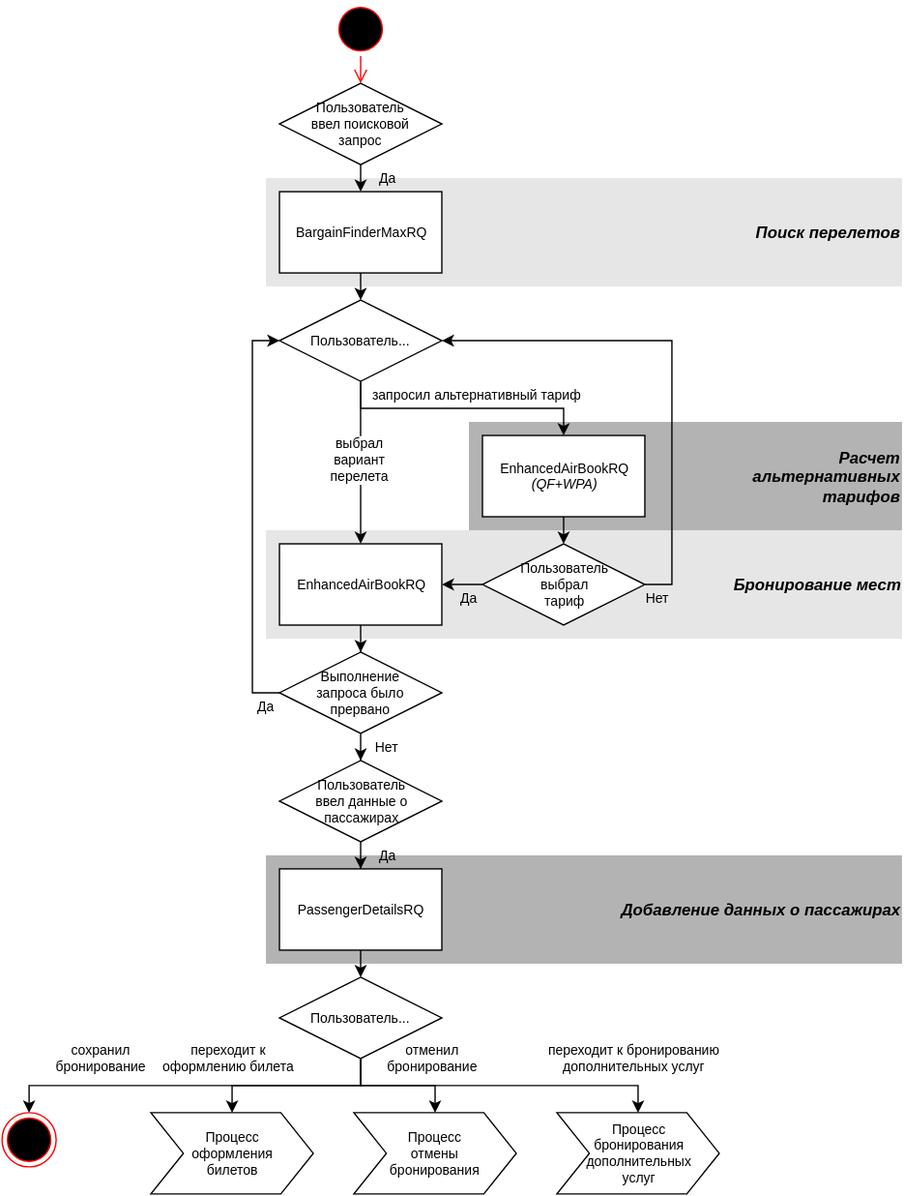
Before: assets/svg/Search&Create Booking/[RU]Search&Create Booking[NoWPNC]-2.svg, a diagram exported from draw.io (andreypolyak/sabre-apis-ru). Source tidied: cells renumbered, new cells last; positions are measured from the earlier drawing's top-left corner, leaving out a move shared by most shapes.
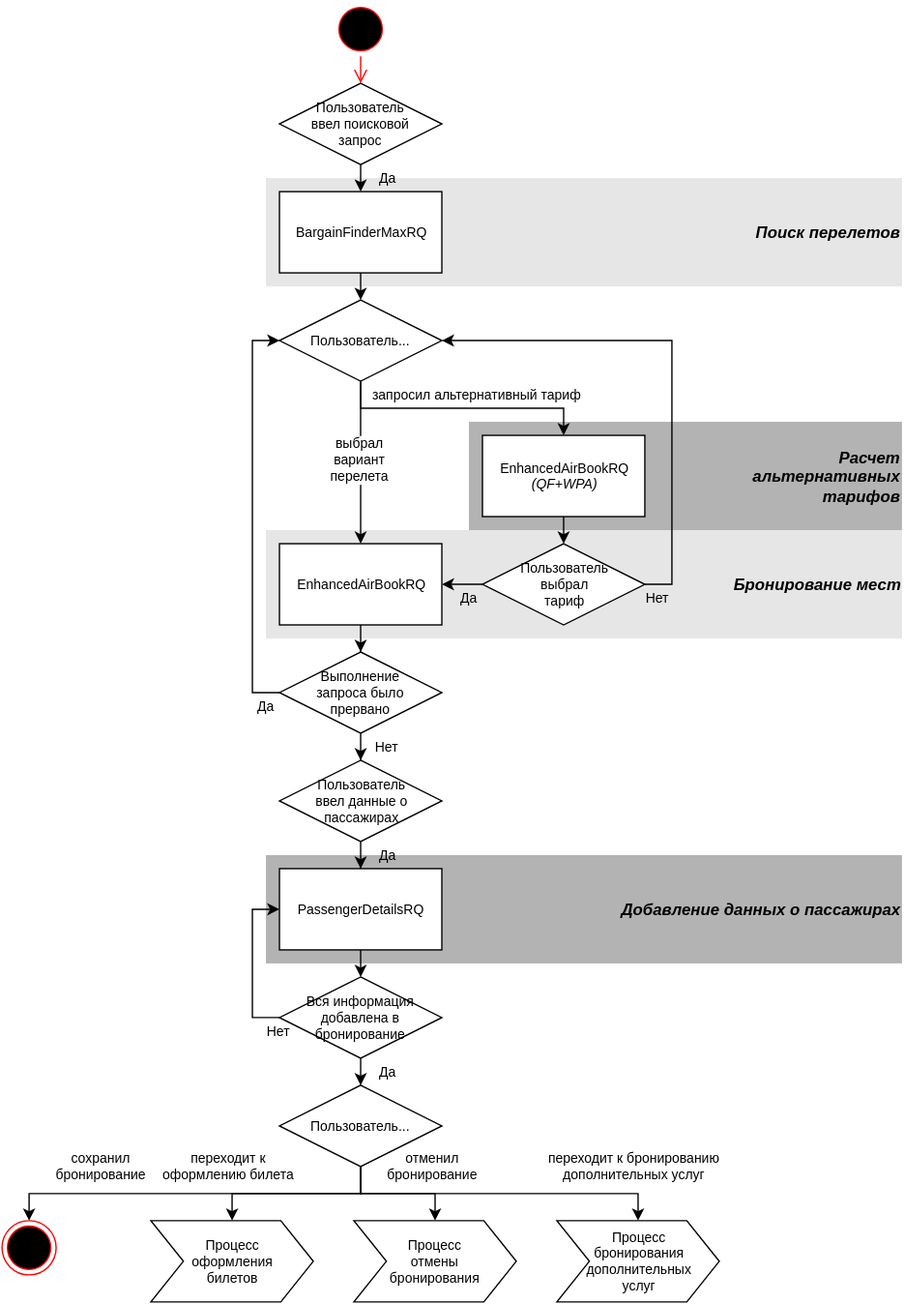
Above is the later version.

Diff of the diagram source:
```diff
@@ -98,65 +98,84 @@
     <mxCell id="27" style="edgeStyle=orthogonalEdgeStyle;html=1;verticalAlign=bottom;endArrow=open;endSize=8;strokeColor=#ff0000;fontSize=10;" parent="1" edge="1" source="26" target="23">
       <mxGeometry relative="1" as="geometry" />
     </mxCell>
-    <mxCell id="28" style="edgeStyle=orthogonalEdgeStyle;rounded=0;html=1;entryX=0.5;entryY=0;jettySize=auto;orthogonalLoop=1;exitX=0.5;exitY=1;fontSize=10;" parent="1" edge="1">
-      <mxGeometry x="360" y="720" as="geometry">
-        <mxPoint x="265" y="700" as="sourcePoint" />
-        <mxPoint x="265" y="720" as="targetPoint" />
-      </mxGeometry>
-    </mxCell>
     <mxCell id="29" value="отменил&lt;div&gt;бронирование&lt;/div&gt;" style="edgeStyle=orthogonalEdgeStyle;rounded=0;html=1;jettySize=auto;fontSize=10;entryX=0.5;entryY=0;exitX=0.5;exitY=1;" parent="1" edge="1" source="32">
-      <mxGeometry as="geometry">
-        <mxPoint x="320" y="820" as="targetPoint" />
+      <mxGeometry y="80" as="geometry">
+        <mxPoint x="320" y="900" as="targetPoint" />
         <Array as="points">
-          <mxPoint x="265" y="800" />
-          <mxPoint x="320" y="800" />
+          <mxPoint x="265" y="880" />
+          <mxPoint x="320" y="880" />
         </Array>
         <mxPoint x="28" y="-20" as="offset" />
       </mxGeometry>
     </mxCell>
     <mxCell id="30" value="сохранил&lt;div&gt;бронирование&lt;/div&gt;" style="edgeStyle=orthogonalEdgeStyle;rounded=0;html=1;exitX=0.5;exitY=1;jettySize=auto;fontSize=10;entryX=0.5;entryY=0;entryPerimeter=0;" parent="1" edge="1" source="32">
-      <mxGeometry as="geometry">
-        <mxPoint x="20" y="820" as="targetPoint" />
+      <mxGeometry y="80" as="geometry">
+        <mxPoint x="20" y="900" as="targetPoint" />
         <Array as="points">
-          <mxPoint x="265" y="800" />
-          <mxPoint x="20" y="800" />
+          <mxPoint x="265" y="880" />
+          <mxPoint x="20" y="880" />
         </Array>
         <mxPoint x="-67" y="-20" as="offset" />
       </mxGeometry>
     </mxCell>
     <mxCell id="31" value="переходит к бронированию&lt;div&gt;дополнительных услуг&lt;/div&gt;" style="edgeStyle=orthogonalEdgeStyle;rounded=0;html=1;exitX=0.5;exitY=1;jettySize=auto;fontSize=10;" parent="1" edge="1" source="32" target="37">
-      <mxGeometry as="geometry">
+      <mxGeometry y="80" as="geometry">
         <Array as="points">
-          <mxPoint x="265" y="800" />
-          <mxPoint x="470" y="800" />
+          <mxPoint x="265" y="880" />
+          <mxPoint x="470" y="880" />
         </Array>
         <mxPoint x="103" y="-20" as="offset" />
       </mxGeometry>
     </mxCell>
     <mxCell id="32" value="Пользователь..." style="rhombus;whiteSpace=wrap;html=1;rounded=0;fontSize=10;" parent="1" vertex="1">
-      <mxGeometry x="205" y="720" width="120" height="60" as="geometry" />
+      <mxGeometry x="205" y="800" width="120" height="60" as="geometry" />
     </mxCell>
     <mxCell id="33" value="&lt;div style=&quot;text-align: center&quot;&gt;Процесс&lt;/div&gt;&lt;div style=&quot;text-align: center&quot;&gt;оформления&lt;/div&gt;&lt;div style=&quot;text-align: center&quot;&gt;билетов&lt;/div&gt;" style="shape=step;whiteSpace=wrap;html=1;rounded=0;fontSize=10;align=center;" parent="1" vertex="1">
-      <mxGeometry x="110" y="820" width="120" height="60" as="geometry" />
+      <mxGeometry x="110" y="900" width="120" height="60" as="geometry" />
     </mxCell>
     <mxCell id="34" value="&lt;div style=&quot;text-align: center&quot;&gt;Процесс&lt;/div&gt;&lt;div style=&quot;text-align: center&quot;&gt;отмены&lt;/div&gt;&lt;div style=&quot;text-align: center&quot;&gt;бронирования&lt;/div&gt;" style="shape=step;whiteSpace=wrap;html=1;rounded=0;fontSize=10;align=center;" parent="1" vertex="1">
-      <mxGeometry x="260" y="820" width="120" height="60" as="geometry" />
+      <mxGeometry x="260" y="900" width="120" height="60" as="geometry" />
     </mxCell>
     <mxCell id="35" style="ellipse;html=1;shape=endState;fillColor=#000000;strokeColor=#ff0000;rounded=0;fontSize=10;align=center;" parent="1" vertex="1">
-      <mxGeometry y="820" width="40" height="40" as="geometry" />
+      <mxGeometry y="900" width="40" height="40" as="geometry" />
     </mxCell>
     <mxCell id="36" value="переходит к&lt;div&gt;&lt;span style=&quot;line-height: 1.2&quot;&gt;оформлению билета&lt;/span&gt;&lt;/div&gt;" style="edgeStyle=orthogonalEdgeStyle;rounded=0;html=1;exitX=0.5;exitY=1;entryX=0.5;entryY=0;jettySize=auto;fontSize=10;" parent="1" edge="1" source="32">
-      <mxGeometry as="geometry">
-        <mxPoint x="170" y="820" as="targetPoint" />
+      <mxGeometry y="80" as="geometry">
+        <mxPoint x="170" y="900" as="targetPoint" />
         <Array as="points">
-          <mxPoint x="265" y="800" />
-          <mxPoint x="170" y="800" />
+          <mxPoint x="265" y="880" />
+          <mxPoint x="170" y="880" />
         </Array>
         <mxPoint x="-47" y="-20" as="offset" />
       </mxGeometry>
     </mxCell>
     <mxCell id="37" value="Процесс&lt;div&gt;бронирования&lt;/div&gt;&lt;div&gt;дополнительных&lt;/div&gt;&lt;div&gt;услуг&lt;/div&gt;" style="shape=step;whiteSpace=wrap;html=1;rounded=0;fontSize=10;align=center;" parent="1" vertex="1">
-      <mxGeometry x="410" y="820" width="120" height="60" as="geometry" />
+      <mxGeometry x="410" y="900" width="120" height="60" as="geometry" />
     </mxCell>
+    <mxCell id="38" value="Да" style="edgeStyle=orthogonalEdgeStyle;rounded=0;html=1;entryX=0.5;entryY=0;jettySize=auto;orthogonalLoop=1;exitX=0.5;exitY=1;fontSize=10;" parent="1" edge="1">
+      <mxGeometry as="geometry">
+        <mxPoint x="265" y="780" as="sourcePoint" />
+        <mxPoint x="265" y="800" as="targetPoint" />
+        <mxPoint x="20" as="offset" />
+      </mxGeometry>
+    </mxCell>
+    <mxCell id="39" style="edgeStyle=orthogonalEdgeStyle;rounded=0;html=1;exitX=0.5;exitY=1;entryX=0.5;entryY=0;labelBackgroundColor=none;jettySize=auto;fontSize=10;" parent="1" edge="1" target="41">
+      <mxGeometry x="360" y="720" as="geometry">
+        <mxPoint x="265" y="700" as="sourcePoint" />
+      </mxGeometry>
+    </mxCell>
+    <mxCell id="40" value="Нет" style="edgeStyle=orthogonalEdgeStyle;rounded=0;html=1;exitX=0;exitY=0.5;entryX=0;entryY=0.5;labelBackgroundColor=none;jettySize=auto;fontSize=10;" parent="1" edge="1" source="41">
+      <mxGeometry as="geometry">
+        <mxPoint x="205" y="670" as="targetPoint" />
+        <Array as="points">
+          <mxPoint x="185" y="750" />
+          <mxPoint x="185" y="670" />
+        </Array>
+        <mxPoint y="50" as="offset" />
+      </mxGeometry>
+    </mxCell>
+    <mxCell id="41" value="Вся информация&lt;div&gt;добавлена в бронирование&lt;/div&gt;" style="rhombus;whiteSpace=wrap;html=1;rounded=0;fontSize=10;" parent="1" vertex="1">
+      <mxGeometry x="205" y="720" width="120" height="60" as="geometry" />
+    </mxCell>
   </root>
 </mxGraphModel>
```
